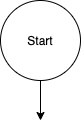
faridvahedi/Flowcharts keeps this draw.io diagram as Factorial Calculator.png. Above is the earlier version. Source tidied: cells renumbered, new cells last; positions are measured from the earlier drawing's top-left corner, leaving out a move shared by most shapes.
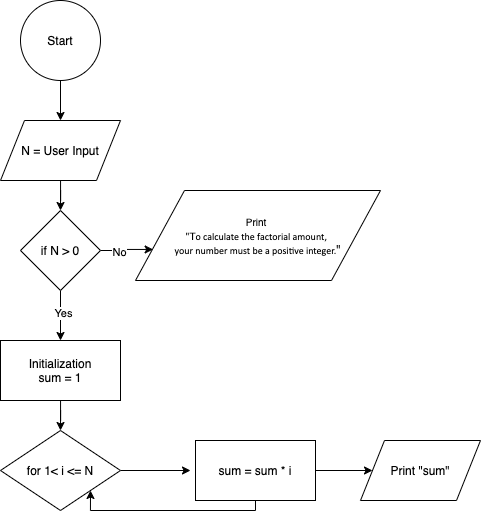
The same diagram one commit later.

What changed in the source:
```diff
@@ -10,5 +10,62 @@
     <mxCell id="3" value="Start" style="ellipse;whiteSpace=wrap;html=1;" parent="1" vertex="1">
       <mxGeometry width="80" height="80" as="geometry" />
     </mxCell>
+    <mxCell id="4" style="edgeStyle=orthogonalEdgeStyle;rounded=0;jettySize=auto;html=1;" parent="1" edge="1" source="5">
+      <mxGeometry relative="1" as="geometry">
+        <mxPoint x="40" y="210" as="targetPoint" />
+      </mxGeometry>
+    </mxCell>
+    <mxCell id="5" value="N = User Input" style="shape=parallelogram;perimeter=parallelogramPerimeter;whiteSpace=wrap;html=1;" parent="1" vertex="1">
+      <mxGeometry x="-20" y="120" width="120" height="60" as="geometry" />
+    </mxCell>
+    <mxCell id="6" style="edgeStyle=orthogonalEdgeStyle;rounded=0;jettySize=auto;html=1;entryX=0.072;entryY=0.655;entryDx=0;entryDy=0;entryPerimeter=0;" parent="1" edge="1" source="10" target="11">
+      <mxGeometry relative="1" as="geometry" />
+    </mxCell>
+    <mxCell id="7" value="No" style="edgeLabel;html=1;align=center;verticalAlign=middle;" parent="6" vertex="1">
+      <mxGeometry x="-0.32" y="-1" relative="1" as="geometry" />
+    </mxCell>
+    <mxCell id="8" style="edgeStyle=orthogonalEdgeStyle;rounded=0;jettySize=auto;html=1;entryX=0.5;entryY=0;entryDx=0;entryDy=0;" parent="1" edge="1" source="10" target="13">
+      <mxGeometry relative="1" as="geometry" />
+    </mxCell>
+    <mxCell id="9" value="Yes" style="edgeLabel;html=1;align=center;verticalAlign=middle;" parent="8" vertex="1">
+      <mxGeometry x="-0.13" y="2" relative="1" as="geometry" />
+    </mxCell>
+    <mxCell id="10" value="if N &amp;gt; 0" style="rhombus;whiteSpace=wrap;html=1;" parent="1" vertex="1">
+      <mxGeometry y="210" width="80" height="80" as="geometry" />
+    </mxCell>
+    <mxCell id="11" value="&lt;font style=&quot;font-size: 10px&quot;&gt;Print &lt;br&gt;&quot;T&lt;span style=&quot;font-family: &amp;#34;calibri&amp;#34; , sans-serif&quot;&gt;o calculate the factorial amount, &lt;br&gt;your number must be a positive integer.&lt;/span&gt;&lt;/font&gt;&quot;" style="shape=parallelogram;perimeter=parallelogramPerimeter;whiteSpace=wrap;html=1;" parent="1" vertex="1">
+      <mxGeometry x="115" y="190" width="245" height="90" as="geometry" />
+    </mxCell>
+    <mxCell id="12" style="edgeStyle=orthogonalEdgeStyle;rounded=0;jettySize=auto;html=1;entryX=0.5;entryY=0;entryDx=0;entryDy=0;" parent="1" edge="1" source="13" target="15">
+      <mxGeometry relative="1" as="geometry" />
+    </mxCell>
+    <mxCell id="13" value="Initialization&lt;br&gt;sum = 1" style="rounded=0;whiteSpace=wrap;html=1;" parent="1" vertex="1">
+      <mxGeometry x="-20" y="340" width="120" height="60" as="geometry" />
+    </mxCell>
+    <mxCell id="14" style="edgeStyle=orthogonalEdgeStyle;rounded=0;jettySize=auto;html=1;" parent="1" edge="1" source="15">
+      <mxGeometry relative="1" as="geometry">
+        <mxPoint x="170" y="470" as="targetPoint" />
+      </mxGeometry>
+    </mxCell>
+    <mxCell id="15" value="for 1&amp;lt; i &amp;lt;= N" style="rhombus;whiteSpace=wrap;html=1;" parent="1" vertex="1">
+      <mxGeometry x="-20" y="430" width="120" height="80" as="geometry" />
+    </mxCell>
+    <mxCell id="16" style="edgeStyle=orthogonalEdgeStyle;rounded=0;jettySize=auto;html=1;entryX=1;entryY=1;entryDx=0;entryDy=0;" parent="1" edge="1" source="18" target="15">
+      <mxGeometry relative="1" as="geometry">
+        <Array as="points">
+          <mxPoint x="235" y="510" />
+          <mxPoint x="70" y="510" />
+        </Array>
+      </mxGeometry>
+    </mxCell>
+    <mxCell id="17" style="edgeStyle=orthogonalEdgeStyle;rounded=0;jettySize=auto;html=1;entryX=0;entryY=0.5;entryDx=0;entryDy=0;" parent="1" edge="1" source="18" target="19">
+      <mxGeometry relative="1" as="geometry" />
+    </mxCell>
+    <mxCell id="18" value="sum = sum * i" style="rounded=0;whiteSpace=wrap;html=1;" parent="1" vertex="1">
+      <mxGeometry x="175" y="440" width="120" height="60" as="geometry" />
+    </mxCell>
+    <mxCell id="19" value="Print &quot;sum&quot;" style="shape=parallelogram;perimeter=parallelogramPerimeter;whiteSpace=wrap;html=1;" parent="1" vertex="1">
+      <mxGeometry x="340" y="440" width="120" height="60" as="geometry" />
+    </mxCell>
   </root>
 </mxGraphModel>
```
